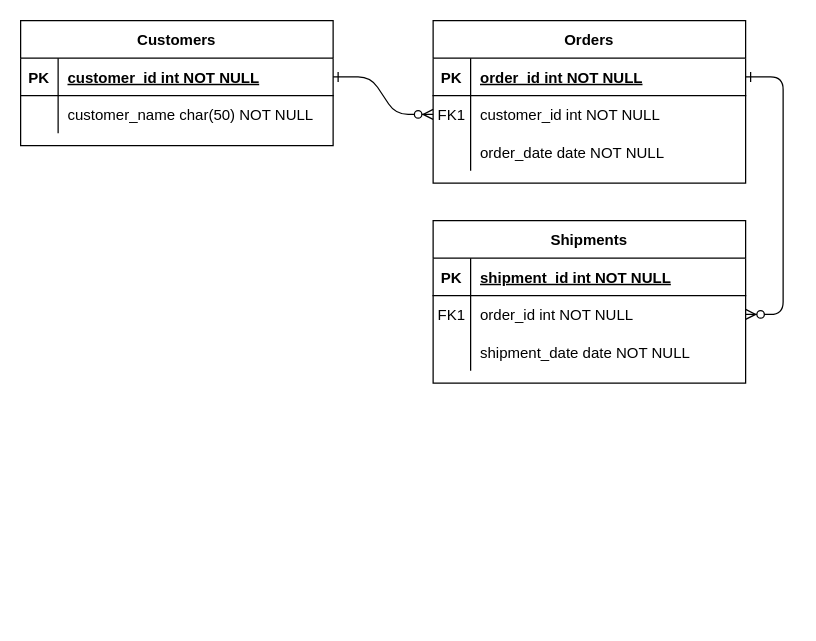
SeohyunJung1231/music-friend keeps this draw.io diagram as Untitled Diagram.drawio. Above is the earlier version. Source tidied: cells renumbered, new cells numbered last; positions are measured from the earlier drawing's top-left corner, leaving out a move shared by most shapes. Both pictures are drawn from the tidied source at 125%, with x=0, y=0 at pixel (20, 20).
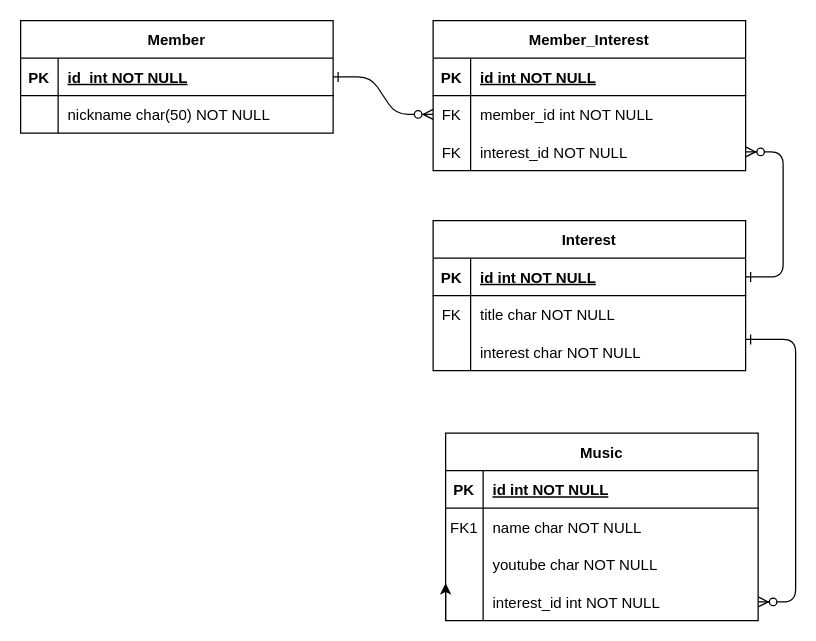
Above is the later version.

The change refers to these unchanged cells:
```xml
<mxCell id="5" style="shape=partialRectangle;fillColor=none;points=[[0,0.5],[1,0.5]];portConstraint=eastwest;top=0;left=0;right=0;bottom=1;" parent="4" vertex="1">
  <mxGeometry y="30" width="250" height="30" as="geometry" />
</mxCell>
<mxCell id="8" style="shape=partialRectangle;fillColor=none;points=[[0,0.5],[1,0.5]];portConstraint=eastwest;top=0;left=0;right=0;bottom=0;" parent="4" vertex="1">
  <mxGeometry y="60" width="250" height="30" as="geometry" />
</mxCell>
<mxCell id="11" style="shape=partialRectangle;fillColor=none;points=[[0,0.5],[1,0.5]];portConstraint=eastwest;top=0;left=0;right=0;bottom=0;" parent="4" vertex="1">
  <mxGeometry y="90" width="250" height="30" as="geometry" />
</mxCell>
<mxCell id="15" style="shape=partialRectangle;fillColor=none;points=[[0,0.5],[1,0.5]];portConstraint=eastwest;top=0;left=0;right=0;bottom=1;" parent="14" vertex="1">
  <mxGeometry y="30" width="250" height="30" as="geometry" />
</mxCell>
<mxCell id="18" style="shape=partialRectangle;fillColor=none;points=[[0,0.5],[1,0.5]];portConstraint=eastwest;top=0;left=0;right=0;bottom=0;" parent="14" vertex="1">
  <mxGeometry y="60" width="250" height="30" as="geometry" />
</mxCell>
<mxCell id="21" style="shape=partialRectangle;fillColor=none;points=[[0,0.5],[1,0.5]];portConstraint=eastwest;top=0;left=0;right=0;bottom=0;" parent="14" vertex="1">
  <mxGeometry y="90" width="250" height="30" as="geometry" />
</mxCell>
<mxCell id="25" style="shape=partialRectangle;fillColor=none;points=[[0,0.5],[1,0.5]];portConstraint=eastwest;top=0;left=0;right=0;bottom=1;" parent="24" vertex="1">
  <mxGeometry y="30" width="250" height="30" as="geometry" />
</mxCell>
<mxCell id="28" style="shape=partialRectangle;fillColor=none;top=0;left=0;right=0;bottom=0;" parent="24" vertex="1">
  <mxGeometry y="60" width="250" height="30" as="geometry" />
</mxCell>
```

What changed in the source:
```diff
@@
-    <mxCell id="3" style="edgeStyle=entityRelationEdgeStyle;endArrow=ERzeroToMany;startArrow=ERone;endFill=1;startFill=0;" parent="1" edge="1" source="5" target="18">
+    <mxCell id="3" style="edgeStyle=entityRelationEdgeStyle;endArrow=ERzeroToMany;startArrow=ERone;endFill=1;startFill=0;entryX=1;entryY=0.5;entryDx=0;entryDy=0;exitX=1;exitY=0.5;exitDx=0;exitDy=0;" parent="1" edge="1" source="15" target="11">
       <mxGeometry relative="1" as="geometry" />
     </mxCell>
-    <mxCell id="4" value="Orders" style="shape=table;startSize=30;childLayout=tableLayout;rowLines=0;fontStyle=1;align=center;" parent="1" vertex="1">
-      <mxGeometry x="330" width="250" height="130" as="geometry" />
+    <mxCell id="4" value="Member_Interest" style="shape=table;startSize=30;childLayout=tableLayout;rowLines=0;fontStyle=1;align=center;" parent="1" vertex="1">
+      <mxGeometry x="330" width="250" height="120" as="geometry" />
     </mxCell>
@@
-    <mxCell id="7" value="order_id int NOT NULL " style="shape=partialRectangle;overflow=hidden;fillColor=none;top=0;left=0;bottom=0;right=0;align=left;spacingLeft=6;fontStyle=5;" parent="5" vertex="1">
+    <mxCell id="7" value="id int NOT NULL " style="shape=partialRectangle;overflow=hidden;fillColor=none;top=0;left=0;bottom=0;right=0;align=left;spacingLeft=6;fontStyle=5;" parent="5" vertex="1">
       <mxGeometry x="30" width="220" height="30" as="geometry" />
     </mxCell>
@@
-    <mxCell id="9" value="FK1" style="shape=partialRectangle;overflow=hidden;fillColor=none;top=0;left=0;bottom=0;right=0;" parent="8" vertex="1">
+    <mxCell id="9" value="FK" style="shape=partialRectangle;overflow=hidden;fillColor=none;top=0;left=0;bottom=0;right=0;" parent="8" vertex="1">
       <mxGeometry width="30" height="30" as="geometry" />
     </mxCell>
-    <mxCell id="10" value="customer_id int NOT NULL" style="shape=partialRectangle;overflow=hidden;fillColor=none;top=0;left=0;bottom=0;right=0;align=left;spacingLeft=6;" parent="8" vertex="1">
+    <mxCell id="10" value="member_id int NOT NULL" style="shape=partialRectangle;overflow=hidden;fillColor=none;top=0;left=0;bottom=0;right=0;align=left;spacingLeft=6;" parent="8" vertex="1">
       <mxGeometry x="30" width="220" height="30" as="geometry" />
     </mxCell>
@@
-    <mxCell id="13" value="order_date date NOT NULL" style="shape=partialRectangle;overflow=hidden;fillColor=none;top=0;left=0;bottom=0;right=0;align=left;spacingLeft=6;" parent="11" vertex="1">
+    <mxCell id="13" value="interest_id NOT NULL" style="shape=partialRectangle;overflow=hidden;fillColor=none;top=0;left=0;bottom=0;right=0;align=left;spacingLeft=6;" parent="11" vertex="1">
       <mxGeometry x="30" width="220" height="30" as="geometry" />
     </mxCell>
-    <mxCell id="14" value="Shipments" style="shape=table;startSize=30;childLayout=tableLayout;rowLines=0;fontStyle=1;align=center;" parent="1" vertex="1">
-      <mxGeometry x="330" y="160" width="250" height="130" as="geometry" />
+    <mxCell id="14" value="Interest" style="shape=table;startSize=30;childLayout=tableLayout;rowLines=0;fontStyle=1;align=center;" parent="1" vertex="1">
+      <mxGeometry x="330" y="160" width="250" height="120" as="geometry" />
     </mxCell>
@@
-    <mxCell id="17" value="shipment_id int NOT NULL " style="shape=partialRectangle;overflow=hidden;fillColor=none;top=0;left=0;bottom=0;right=0;align=left;spacingLeft=6;fontStyle=5;" parent="15" vertex="1">
+    <mxCell id="17" value="id int NOT NULL " style="shape=partialRectangle;overflow=hidden;fillColor=none;top=0;left=0;bottom=0;right=0;align=left;spacingLeft=6;fontStyle=5;" parent="15" vertex="1">
       <mxGeometry x="30" width="220" height="30" as="geometry" />
     </mxCell>
@@
-    <mxCell id="19" value="FK1" style="shape=partialRectangle;overflow=hidden;fillColor=none;top=0;left=0;bottom=0;right=0;" parent="18" vertex="1">
+    <mxCell id="19" value="FK" style="shape=partialRectangle;overflow=hidden;fillColor=none;top=0;left=0;bottom=0;right=0;" parent="18" vertex="1">
       <mxGeometry width="30" height="30" as="geometry" />
     </mxCell>
-    <mxCell id="20" value="order_id int NOT NULL" style="shape=partialRectangle;overflow=hidden;fillColor=none;top=0;left=0;bottom=0;right=0;align=left;spacingLeft=6;" parent="18" vertex="1">
+    <mxCell id="20" value="title char NOT NULL" style="shape=partialRectangle;overflow=hidden;fillColor=none;top=0;left=0;bottom=0;right=0;align=left;spacingLeft=6;" parent="18" vertex="1">
       <mxGeometry x="30" width="220" height="30" as="geometry" />
     </mxCell>
@@
-    <mxCell id="23" value="shipment_date date NOT NULL" style="shape=partialRectangle;overflow=hidden;fillColor=none;top=0;left=0;bottom=0;right=0;align=left;spacingLeft=6;" parent="21" vertex="1">
+    <mxCell id="23" value="interest char NOT NULL" style="shape=partialRectangle;overflow=hidden;fillColor=none;top=0;left=0;bottom=0;right=0;align=left;spacingLeft=6;" parent="21" vertex="1">
       <mxGeometry x="30" width="220" height="30" as="geometry" />
     </mxCell>
-    <mxCell id="24" value="Customers" style="shape=table;startSize=30;childLayout=tableLayout;rowLines=0;fontStyle=1;align=center;" parent="1" vertex="1">
-      <mxGeometry width="250" height="100" as="geometry" />
+    <mxCell id="24" value="Member" style="shape=table;startSize=30;childLayout=tableLayout;rowLines=0;fontStyle=1;align=center;" parent="1" vertex="1">
+      <mxGeometry width="250" height="90" as="geometry" />
     </mxCell>
@@
-    <mxCell id="27" value="customer_id int NOT NULL " style="shape=partialRectangle;overflow=hidden;fillColor=none;top=0;left=0;bottom=0;right=0;align=left;spacingLeft=6;fontStyle=5;" parent="25" vertex="1">
+    <mxCell id="27" value="id_int NOT NULL " style="shape=partialRectangle;overflow=hidden;fillColor=none;top=0;left=0;bottom=0;right=0;align=left;spacingLeft=6;fontStyle=5;" parent="25" vertex="1">
       <mxGeometry x="30" width="220" height="30" as="geometry" />
     </mxCell>
@@
-    <mxCell id="30" value="customer_name char(50) NOT NULL" style="shape=partialRectangle;overflow=hidden;fillColor=none;top=0;left=0;bottom=0;right=0;align=left;spacingLeft=6;" parent="28" vertex="1">
+    <mxCell id="30" value="nickname char(50) NOT NULL" style="shape=partialRectangle;overflow=hidden;fillColor=none;top=0;left=0;bottom=0;right=0;align=left;spacingLeft=6;" parent="28" vertex="1">
       <mxGeometry x="30" width="220" height="30" as="geometry" />
     </mxCell>
+    <mxCell id="31" style="shape=partialRectangle;overflow=hidden;fillColor=none;top=0;left=0;bottom=0;right=0;" parent="1" vertex="1">
+      <mxGeometry y="90" width="30" height="30" as="geometry" />
+    </mxCell>
+    <mxCell id="32" style="edgeStyle=orthogonalEdgeStyle;rounded=0;jettySize=auto;html=1;exitX=0;exitY=1;exitDx=0;exitDy=0;" parent="1" edge="1" source="33">
+      <mxGeometry relative="1" as="geometry">
+        <mxPoint x="340" y="450" as="targetPoint" />
+      </mxGeometry>
+    </mxCell>
+    <mxCell id="33" value="Music" style="shape=table;startSize=30;childLayout=tableLayout;rowLines=0;fontStyle=1;align=center;" parent="1" vertex="1">
+      <mxGeometry x="340" y="330" width="250" height="150" as="geometry" />
+    </mxCell>
+    <mxCell id="34" style="shape=partialRectangle;fillColor=none;top=0;left=0;right=0;bottom=1;" parent="33" vertex="1">
+      <mxGeometry y="30" width="250" height="30" as="geometry" />
+    </mxCell>
+    <mxCell id="35" value="PK" style="shape=partialRectangle;overflow=hidden;fillColor=none;top=0;left=0;bottom=0;right=0;fontStyle=1;" parent="34" vertex="1">
+      <mxGeometry width="30" height="30" as="geometry" />
+    </mxCell>
+    <mxCell id="36" value="id int NOT NULL " style="shape=partialRectangle;overflow=hidden;fillColor=none;top=0;left=0;bottom=0;right=0;align=left;spacingLeft=6;fontStyle=5;" parent="34" vertex="1">
+      <mxGeometry x="30" width="220" height="30" as="geometry" />
+    </mxCell>
+    <mxCell id="37" style="shape=partialRectangle;fillColor=none;top=0;left=0;right=0;bottom=0;" parent="33" vertex="1">
+      <mxGeometry y="60" width="250" height="30" as="geometry" />
+    </mxCell>
+    <mxCell id="38" value="FK1" style="shape=partialRectangle;overflow=hidden;fillColor=none;top=0;left=0;bottom=0;right=0;" parent="37" vertex="1">
+      <mxGeometry width="30" height="30" as="geometry" />
+    </mxCell>
+    <mxCell id="39" value="name char NOT NULL" style="shape=partialRectangle;overflow=hidden;fillColor=none;top=0;left=0;bottom=0;right=0;align=left;spacingLeft=6;" parent="37" vertex="1">
+      <mxGeometry x="30" width="220" height="30" as="geometry" />
+    </mxCell>
+    <mxCell id="40" style="shape=partialRectangle;fillColor=none;top=0;left=0;right=0;bottom=0;" parent="33" vertex="1">
+      <mxGeometry y="90" width="250" height="30" as="geometry" />
+    </mxCell>
+    <mxCell id="41" style="shape=partialRectangle;overflow=hidden;fillColor=none;top=0;left=0;bottom=0;right=0;" parent="40" vertex="1">
+      <mxGeometry width="30" height="30" as="geometry" />
+    </mxCell>
+    <mxCell id="42" value="youtube char NOT NULL" style="shape=partialRectangle;overflow=hidden;fillColor=none;top=0;left=0;bottom=0;right=0;align=left;spacingLeft=6;" parent="40" vertex="1">
+      <mxGeometry x="30" width="220" height="30" as="geometry" />
+    </mxCell>
+    <mxCell id="43" style="shape=partialRectangle;fillColor=none;points=[[0,0.5],[1,0.5]];portConstraint=eastwest;top=0;left=0;right=0;bottom=0;" parent="33" vertex="1">
+      <mxGeometry y="120" width="250" height="30" as="geometry" />
+    </mxCell>
+    <mxCell id="44" style="shape=partialRectangle;overflow=hidden;fillColor=none;top=0;left=0;bottom=0;right=0;" parent="43" vertex="1">
+      <mxGeometry width="30" height="30" as="geometry" />
+    </mxCell>
+    <mxCell id="45" value="interest_id int NOT NULL" style="shape=partialRectangle;overflow=hidden;fillColor=none;top=0;left=0;bottom=0;right=0;align=left;spacingLeft=6;" parent="43" vertex="1">
+      <mxGeometry x="30" width="220" height="30" as="geometry" />
+    </mxCell>
+    <mxCell id="46" value="FK" style="shape=partialRectangle;overflow=hidden;fillColor=none;top=0;left=0;bottom=0;right=0;" parent="1" vertex="1">
+      <mxGeometry x="330" y="90" width="30" height="30" as="geometry" />
+    </mxCell>
+    <mxCell id="47" style="edgeStyle=entityRelationEdgeStyle;endArrow=ERzeroToMany;startArrow=ERone;endFill=1;startFill=0;exitX=1;exitY=0.167;exitDx=0;exitDy=0;exitPerimeter=0;" parent="1" edge="1" source="21" target="43">
+      <mxGeometry relative="1" as="geometry" />
+    </mxCell>
```
